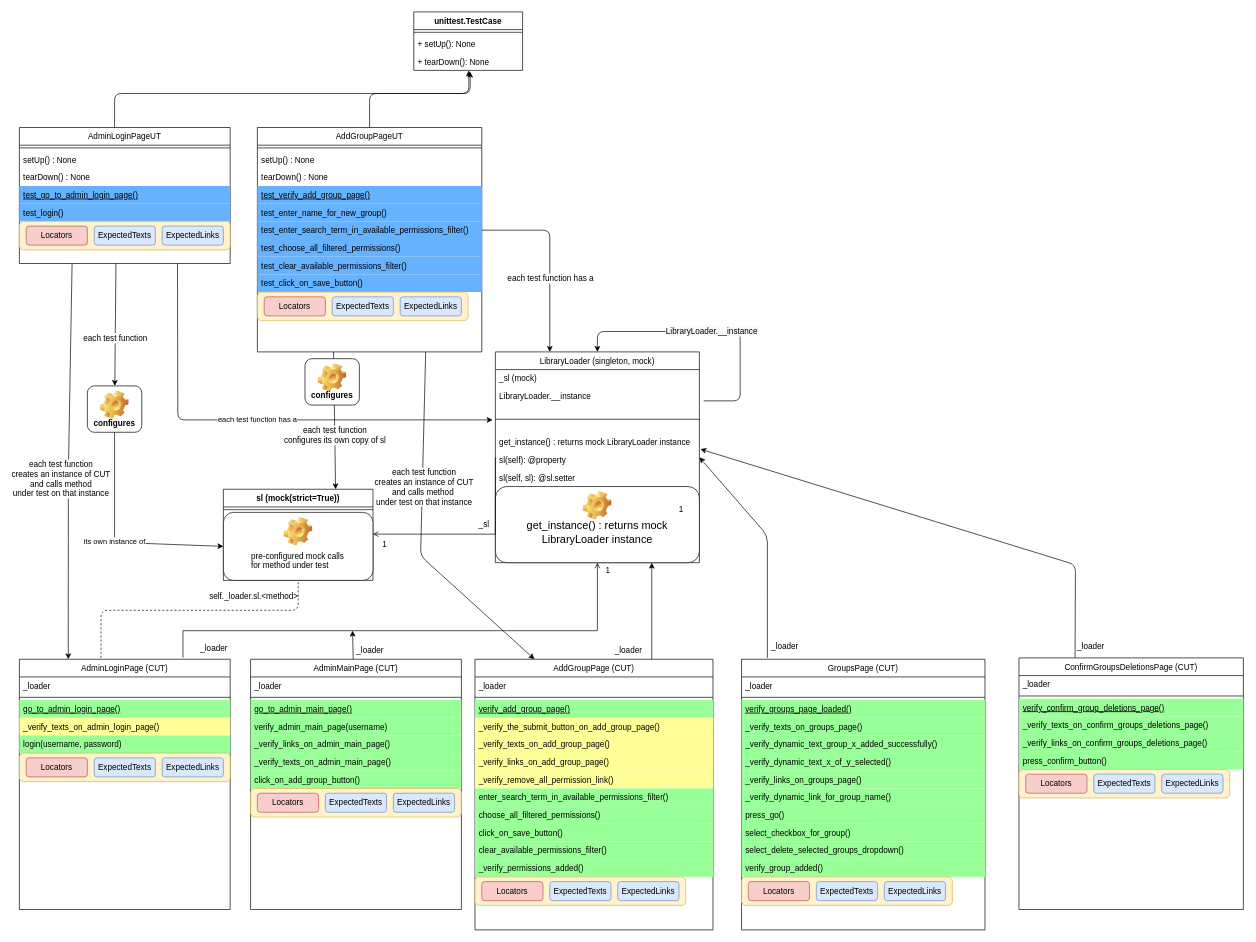
The draw.io diagram Uml-Draw.io/DjangoAdminSiteTestSuiteUnitTests.drawio in TeddyTeddy/robot-fw-browser-library-tests, before the edit. Source tidied: cells renumbered, new cells numbered last; positions are measured from the earlier drawing's top-left corner, leaving out a move shared by most shapes. Both pictures are drawn from the tidied source at 68%, with x=0, y=0 at pixel (19, 12).
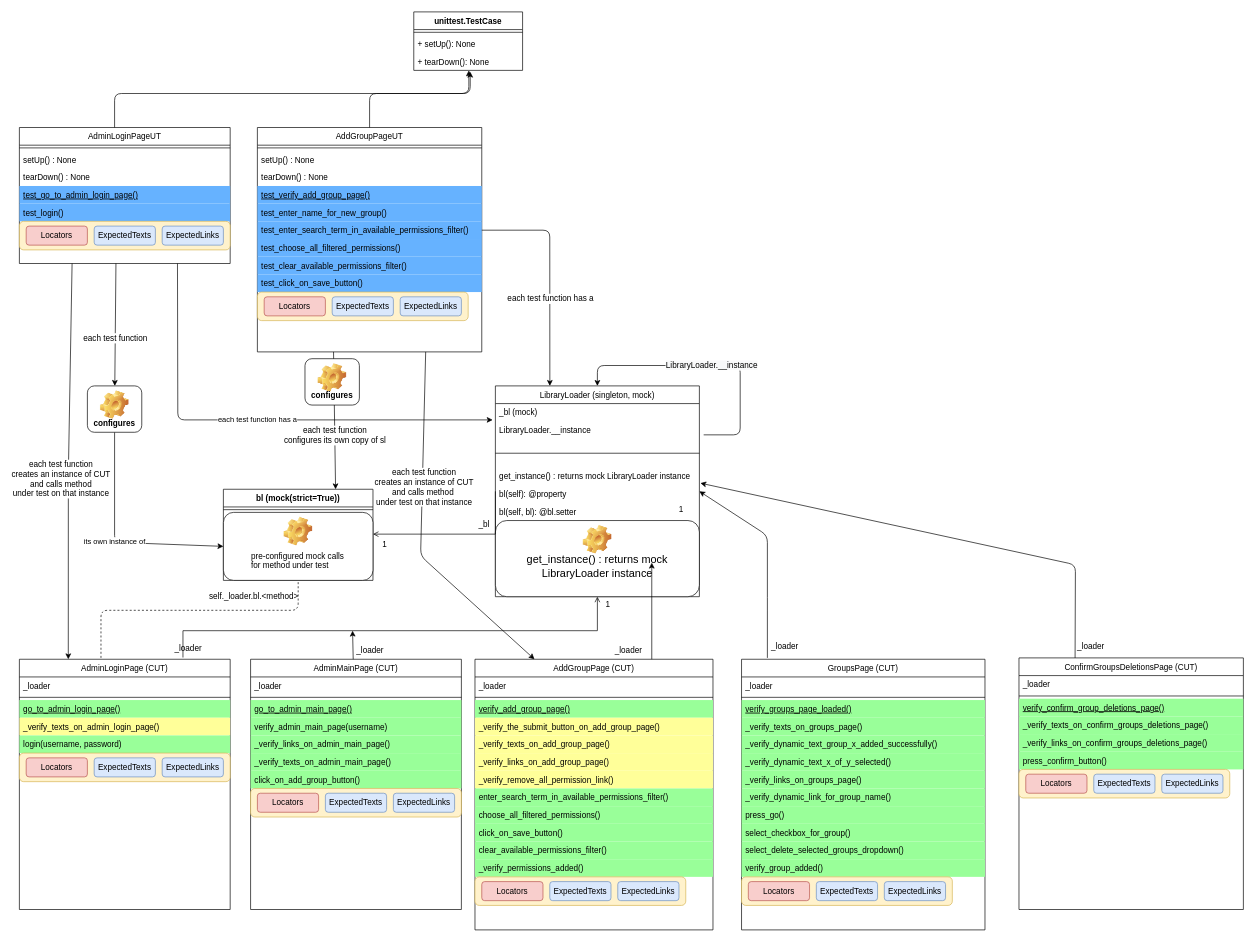
After the change.

Unchanged cells that the change refers to:
```xml
<mxCell id="109" style="group;" parent="1" vertex="1">
  <mxGeometry x="300" y="702" width="220" height="140" as="geometry" />
</mxCell>
<mxCell id="137" value="test_enter_search_term_in_available_permissions_filter()" style="text;align=left;verticalAlign=top;spacingLeft=4;spacingRight=4;overflow=hidden;points=[[0,0.5],[1,0.5]];portConstraint=eastwest;fillColor=#66B2FF;" parent="131" vertex="1">
  <mxGeometry y="138" width="330" height="26" as="geometry" />
</mxCell>
```

Diff of the diagram source:
```diff
@@
     <mxCell id="13" value="LibraryLoader (singleton, mock)" style="swimlane;fontStyle=0;align=center;verticalAlign=top;horizontal=1;startSize=26;rounded=0;shadow=0;strokeWidth=1;" parent="1" vertex="1">
-      <mxGeometry x="700" y="500" width="300" height="310" as="geometry" />
+      <mxGeometry x="700" y="550" width="300" height="310" as="geometry" />
     </mxCell>
-    <mxCell id="14" value="_sl (mock)" style="text;align=left;verticalAlign=top;spacingLeft=4;spacingRight=4;overflow=hidden;" parent="13" vertex="1">
+    <mxCell id="14" value="_bl (mock)" style="text;align=left;verticalAlign=top;spacingLeft=4;spacingRight=4;overflow=hidden;" parent="13" vertex="1">
       <mxGeometry y="26" width="300" height="26" as="geometry" />
     </mxCell>
@@
-    <mxCell id="18" value="sl(self): @property" style="text;align=left;verticalAlign=top;spacingLeft=4;spacingRight=4;overflow=hidden;" parent="13" vertex="1">
+    <mxCell id="18" value="bl(self): @property" style="text;align=left;verticalAlign=top;spacingLeft=4;spacingRight=4;overflow=hidden;" parent="13" vertex="1">
       <mxGeometry y="146" width="300" height="26" as="geometry" />
     </mxCell>
@@
-    <mxCell id="20" value="sl(self, sl): @sl.setter" style="text;align=left;verticalAlign=top;spacingLeft=4;spacingRight=4;overflow=hidden;" parent="13" vertex="1">
+    <mxCell id="20" value="bl(self, bl): @bl.setter" style="text;align=left;verticalAlign=top;spacingLeft=4;spacingRight=4;overflow=hidden;" parent="13" vertex="1">
       <mxGeometry y="172" width="300" height="26" as="geometry" />
     </mxCell>
@@
-    <mxCell id="105" value="_sl" style="text;html=1;align=center;verticalAlign=middle;labelBackgroundColor=none;rounded=0;shadow=0;strokeWidth=1;fontSize=12;" parent="1" vertex="1">
+    <mxCell id="105" value="_bl" style="text;html=1;align=center;verticalAlign=middle;labelBackgroundColor=none;rounded=0;shadow=0;strokeWidth=1;fontSize=12;" parent="1" vertex="1">
       <mxGeometry x="966" y="830" as="geometry">
         <mxPoint x="-283.1" y="-77" as="offset" />
       </mxGeometry>
     </mxCell>
@@
-    <mxCell id="110" value="sl (mock(strict=True))" style="swimlane;fontStyle=1;align=center;verticalAlign=top;horizontal=1;startSize=26;" parent="109" vertex="1">
+    <mxCell id="110" value="bl (mock(strict=True))" style="swimlane;fontStyle=1;align=center;verticalAlign=top;horizontal=1;startSize=26;" parent="109" vertex="1">
       <mxGeometry width="220" height="134" as="geometry" />
     </mxCell>
@@
-    <mxCell id="118" value="self._loader.sl.&amp;lt;method&amp;gt;" style="text;html=1;strokeColor=none;fillColor=none;align=center;verticalAlign=middle;whiteSpace=wrap;rounded=0;shadow=0;" parent="1" vertex="1">
+    <mxCell id="118" value="self._loader.bl.&amp;lt;method&amp;gt;" style="text;html=1;strokeColor=none;fillColor=none;align=center;verticalAlign=middle;whiteSpace=wrap;rounded=0;shadow=0;" parent="1" vertex="1">
       <mxGeometry x="220" y="850" width="250" height="20" as="geometry" />
     </mxCell>
@@
-    <mxCell id="147" style="endArrow=classic;html=1;exitX=1;exitY=0.5;exitDx=0;exitDy=0;" parent="1" edge="1" source="137">
+    <mxCell id="147" style="endArrow=classic;html=1;exitX=1;exitY=0.5;exitDx=0;exitDy=0;entryX=0.267;entryY=0;entryDx=0;entryDy=0;entryPerimeter=0;" parent="1" edge="1" source="137" target="13">
       <mxGeometry relative="1" as="geometry">
-        <mxPoint x="780" y="500" as="targetPoint" />
         <Array as="points">
           <mxPoint x="780" y="321" />
         </Array>
       </mxGeometry>
     </mxCell>
```
